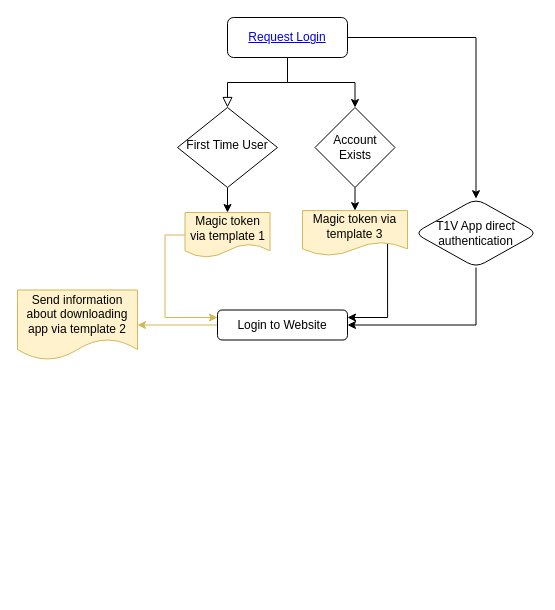
Above: page "Login Flow" (1 of 3) of Untitled Diagram.drawio in pbt1v/flowcharts (draw.io), before the change. Source tidied: cells renumbered, new cells numbered last; positions are measured from the earlier drawing's top-left corner, leaving out a move shared by most shapes. Both pictures are drawn from the tidied source at 100%, with x=0, y=0 at pixel (17, 17).
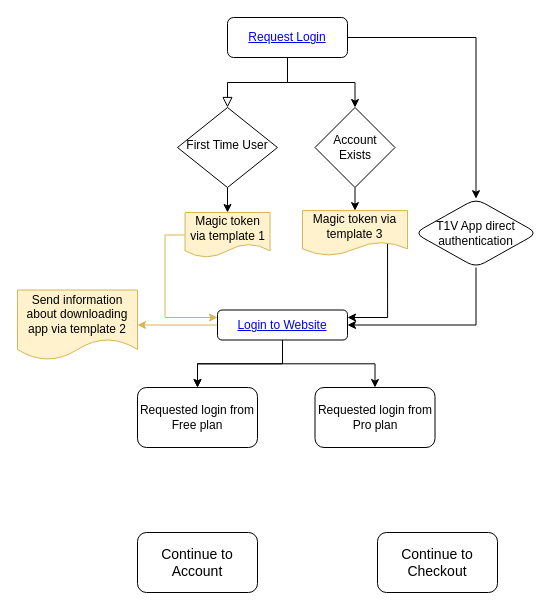
After the change.

What changed in the source:
```diff
@@
+    <mxCell id="19" style="edgeStyle=orthogonalEdgeStyle;rounded=0;jettySize=auto;html=1;fontSize=14;fontColor=#CE9178;" parent="1" edge="1" source="15" target="22">
+      <mxGeometry relative="1" as="geometry" />
+    </mxCell>
+    <mxCell id="20" style="edgeStyle=orthogonalEdgeStyle;rounded=0;jettySize=auto;html=1;fontSize=14;fontColor=#CE9178;" parent="1" edge="1" source="15" target="22">
+      <mxGeometry relative="1" as="geometry" />
+    </mxCell>
+    <mxCell id="21" style="edgeStyle=orthogonalEdgeStyle;rounded=0;jettySize=auto;html=1;exitX=0.5;exitY=1;exitDx=0;exitDy=0;fontSize=14;fontColor=#000000;" parent="1" edge="1" source="15" target="23">
+      <mxGeometry relative="1" as="geometry" />
+    </mxCell>
-    <mxCell id="15" value="Login to Website" style="rounded=1;whiteSpace=wrap;html=1;" parent="1" vertex="1">
+    <mxCell id="15" value="&lt;a href=&quot;data:page/id,Cjgt9jFM1V30jB4g_Zc7&quot;&gt;Login to Website&lt;/a&gt;" style="rounded=1;whiteSpace=wrap;html=1;" parent="1" vertex="1">
       <mxGeometry x="200" y="292.5" width="130" height="30" as="geometry" />
     </mxCell>
@@
+    <mxCell id="22" value="Requested login from Free plan" style="whiteSpace=wrap;html=1;rounded=1;" parent="1" vertex="1">
+      <mxGeometry x="120" y="370" width="120" height="60" as="geometry" />
+    </mxCell>
+    <mxCell id="23" value="Requested login from Pro plan" style="whiteSpace=wrap;html=1;rounded=1;" parent="1" vertex="1">
+      <mxGeometry x="297.5" y="370" width="120" height="60" as="geometry" />
+    </mxCell>
+    <mxCell id="24" value="Continue to Account" style="rounded=1;whiteSpace=wrap;html=1;labelBackgroundColor=#FFFFFF;fontSize=14;fontColor=#000000;" parent="1" vertex="1">
+      <mxGeometry x="120" y="515" width="120" height="60" as="geometry" />
+    </mxCell>
+    <mxCell id="25" value="Continue to Checkout" style="rounded=1;whiteSpace=wrap;html=1;labelBackgroundColor=#FFFFFF;fontSize=14;fontColor=#000000;" parent="1" vertex="1">
+      <mxGeometry x="360" y="515" width="120" height="60" as="geometry" />
+    </mxCell>
```
